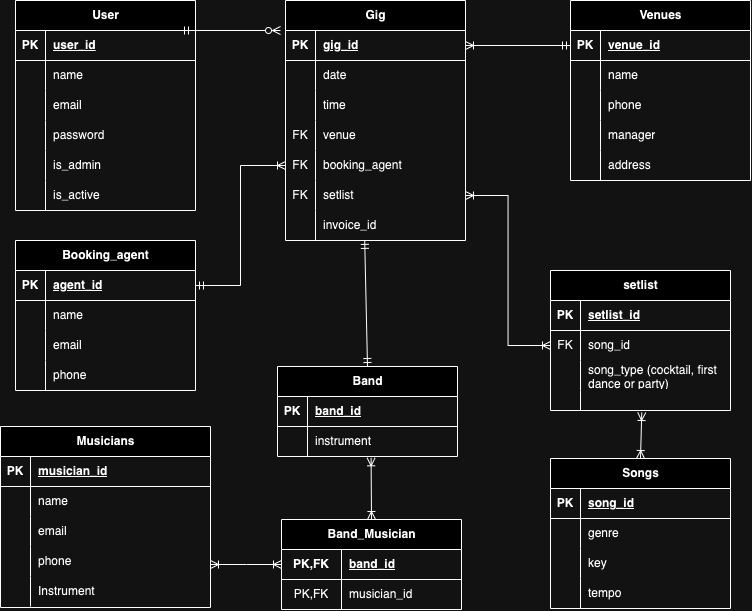
Earlier version of the draw.io export docs/erd.png (reecewdoyle/ReeceDoyle_T2A2). Source tidied: cells renumbered, new cells last; positions are measured from the earlier drawing's top-left corner, leaving out a move shared by most shapes.
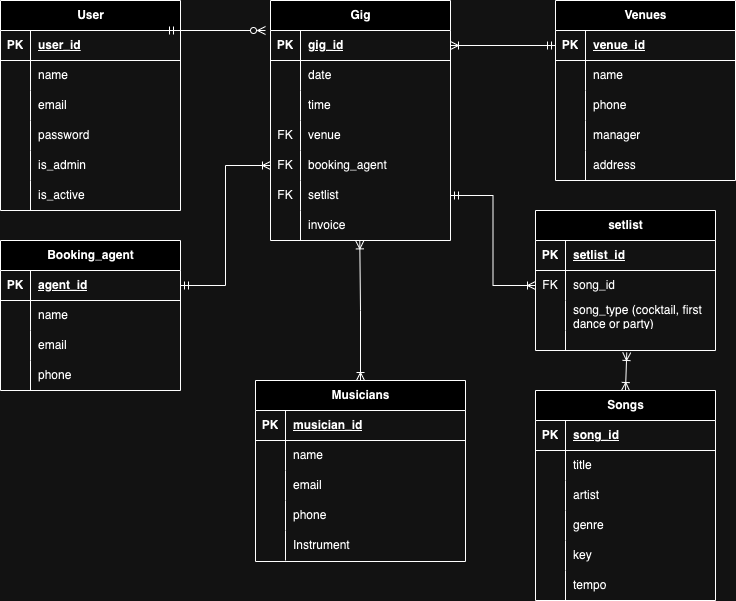
Above is the later version.

What changed in the source:
```diff
@@ -3,7 +3,7 @@
     <mxCell id="0" />
     <mxCell id="1" parent="0" />
     <mxCell id="2" value="Musicians" style="shape=table;startSize=30;rowLines=0;fontStyle=1;align=center;html=1;" parent="1" vertex="1">
-      <mxGeometry y="426" width="210" height="181" as="geometry" />
+      <mxGeometry x="270" y="380" width="210" height="181" as="geometry" />
     </mxCell>
     <mxCell id="3" style="shape=tableRow;horizontal=0;startSize=0;swimlaneHead=0;swimlaneBody=0;fillColor=none;top=0;left=0;right=0;bottom=1;" parent="2" vertex="1">
       <mxGeometry y="30" width="210" height="30" as="geometry" />
@@ -113,7 +113,7 @@
     <mxCell id="38" style="shape=partialRectangle;fillColor=none;top=0;left=0;bottom=0;right=0;overflow=hidden;whiteSpace=wrap;html=1;" parent="37" vertex="1">
       <mxGeometry width="30" height="30" as="geometry" />
     </mxCell>
-    <mxCell id="39" value="invoice_id" style="shape=partialRectangle;fillColor=none;top=0;left=0;bottom=0;right=0;align=left;spacingLeft=6;overflow=hidden;whiteSpace=wrap;html=1;" parent="37" vertex="1">
+    <mxCell id="39" value="invoice" style="shape=partialRectangle;fillColor=none;top=0;left=0;bottom=0;right=0;align=left;spacingLeft=6;overflow=hidden;whiteSpace=wrap;html=1;" parent="37" vertex="1">
       <mxGeometry x="30" width="150" height="30" as="geometry" />
     </mxCell>
     <mxCell id="40" value="Venues" style="shape=table;startSize=30;rowLines=0;fontStyle=1;align=center;html=1;" parent="1" vertex="1">
@@ -165,7 +165,7 @@
       <mxGeometry x="30" width="150" height="30" as="geometry" />
     </mxCell>
     <mxCell id="56" value="setlist" style="shape=table;startSize=30;rowLines=0;fontStyle=1;align=center;html=1;" parent="1" vertex="1">
-      <mxGeometry x="550" y="270" width="180" height="140" as="geometry" />
+      <mxGeometry x="550" y="210" width="180" height="140" as="geometry" />
     </mxCell>
     <mxCell id="57" style="shape=tableRow;horizontal=0;startSize=0;swimlaneHead=0;swimlaneBody=0;fillColor=none;top=0;left=0;right=0;bottom=1;" parent="56" vertex="1">
       <mxGeometry y="30" width="180" height="30" as="geometry" />
@@ -204,7 +204,7 @@
       <mxGeometry x="30" width="150" height="20" as="geometry" />
     </mxCell>
     <mxCell id="69" value="Songs" style="shape=table;startSize=30;rowLines=0;fontStyle=1;align=center;html=1;" parent="1" vertex="1">
-      <mxGeometry x="550" y="458" width="180" height="150" as="geometry" />
+      <mxGeometry x="550" y="390" width="180" height="210" as="geometry" />
     </mxCell>
     <mxCell id="70" style="shape=tableRow;horizontal=0;startSize=0;swimlaneHead=0;swimlaneBody=0;fillColor=none;top=0;left=0;right=0;bottom=1;" parent="69" vertex="1">
       <mxGeometry y="30" width="180" height="30" as="geometry" />
@@ -221,7 +221,7 @@
     <mxCell id="74" style="shape=partialRectangle;fillColor=none;top=0;left=0;bottom=0;right=0;overflow=hidden;whiteSpace=wrap;html=1;" parent="73" vertex="1">
       <mxGeometry width="30" height="30" as="geometry" />
     </mxCell>
-    <mxCell id="75" value="genre" style="shape=partialRectangle;fillColor=none;top=0;left=0;bottom=0;right=0;align=left;spacingLeft=6;overflow=hidden;whiteSpace=wrap;html=1;" parent="73" vertex="1">
+    <mxCell id="75" value="title" style="shape=partialRectangle;fillColor=none;top=0;left=0;bottom=0;right=0;align=left;spacingLeft=6;overflow=hidden;whiteSpace=wrap;html=1;" parent="73" vertex="1">
       <mxGeometry x="30" width="150" height="30" as="geometry" />
     </mxCell>
     <mxCell id="76" style="shape=tableRow;horizontal=0;startSize=0;swimlaneHead=0;swimlaneBody=0;fillColor=none;top=0;left=0;right=0;bottom=0;" parent="69" vertex="1">
@@ -230,7 +230,7 @@
     <mxCell id="77" style="shape=partialRectangle;fillColor=none;top=0;left=0;bottom=0;right=0;overflow=hidden;whiteSpace=wrap;html=1;" parent="76" vertex="1">
       <mxGeometry width="30" height="30" as="geometry" />
     </mxCell>
-    <mxCell id="78" value="key" style="shape=partialRectangle;fillColor=none;top=0;left=0;bottom=0;right=0;align=left;spacingLeft=6;overflow=hidden;whiteSpace=wrap;html=1;" parent="76" vertex="1">
+    <mxCell id="78" value="artist" style="shape=partialRectangle;fillColor=none;top=0;left=0;bottom=0;right=0;align=left;spacingLeft=6;overflow=hidden;whiteSpace=wrap;html=1;" parent="76" vertex="1">
       <mxGeometry x="30" width="150" height="30" as="geometry" />
     </mxCell>
     <mxCell id="79" style="shape=tableRow;horizontal=0;startSize=0;swimlaneHead=0;swimlaneBody=0;fillColor=none;top=0;left=0;right=0;bottom=0;" parent="69" vertex="1">
@@ -239,9 +239,27 @@
     <mxCell id="80" style="shape=partialRectangle;fillColor=none;top=0;left=0;bottom=0;right=0;overflow=hidden;whiteSpace=wrap;html=1;" parent="79" vertex="1">
       <mxGeometry width="30" height="30" as="geometry" />
     </mxCell>
-    <mxCell id="81" value="tempo" style="shape=partialRectangle;fillColor=none;top=0;left=0;bottom=0;right=0;align=left;spacingLeft=6;overflow=hidden;whiteSpace=wrap;html=1;" parent="79" vertex="1">
+    <mxCell id="81" value="genre" style="shape=partialRectangle;fillColor=none;top=0;left=0;bottom=0;right=0;align=left;spacingLeft=6;overflow=hidden;whiteSpace=wrap;html=1;" parent="79" vertex="1">
       <mxGeometry x="30" width="150" height="30" as="geometry" />
     </mxCell>
+    <mxCell id="136" style="shape=tableRow;horizontal=0;startSize=0;swimlaneHead=0;swimlaneBody=0;fillColor=none;top=0;left=0;right=0;bottom=0;" parent="69" vertex="1">
+      <mxGeometry y="150" width="180" height="30" as="geometry" />
+    </mxCell>
+    <mxCell id="137" style="shape=partialRectangle;fillColor=none;top=0;left=0;bottom=0;right=0;overflow=hidden;whiteSpace=wrap;html=1;" parent="136" vertex="1">
+      <mxGeometry width="30" height="30" as="geometry" />
+    </mxCell>
+    <mxCell id="138" value="key" style="shape=partialRectangle;fillColor=none;top=0;left=0;bottom=0;right=0;align=left;spacingLeft=6;overflow=hidden;whiteSpace=wrap;html=1;" parent="136" vertex="1">
+      <mxGeometry x="30" width="150" height="30" as="geometry" />
+    </mxCell>
+    <mxCell id="139" style="shape=tableRow;horizontal=0;startSize=0;swimlaneHead=0;swimlaneBody=0;fillColor=none;top=0;left=0;right=0;bottom=0;" parent="69" vertex="1">
+      <mxGeometry y="180" width="180" height="30" as="geometry" />
+    </mxCell>
+    <mxCell id="140" style="shape=partialRectangle;fillColor=none;top=0;left=0;bottom=0;right=0;overflow=hidden;whiteSpace=wrap;html=1;" parent="139" vertex="1">
+      <mxGeometry width="30" height="30" as="geometry" />
+    </mxCell>
+    <mxCell id="141" value="tempo" style="shape=partialRectangle;fillColor=none;top=0;left=0;bottom=0;right=0;align=left;spacingLeft=6;overflow=hidden;whiteSpace=wrap;html=1;" parent="139" vertex="1">
+      <mxGeometry x="30" width="150" height="30" as="geometry" />
+    </mxCell>
     <mxCell id="82" value="Booking_agent" style="shape=table;startSize=30;rowLines=0;fontStyle=1;align=center;html=1;" parent="1" vertex="1">
       <mxGeometry x="15" y="240" width="180" height="150" as="geometry" />
     </mxCell>
@@ -281,10 +299,8 @@
     <mxCell id="94" value="phone" style="shape=partialRectangle;fillColor=none;top=0;left=0;bottom=0;right=0;align=left;spacingLeft=6;overflow=hidden;whiteSpace=wrap;html=1;" parent="92" vertex="1">
       <mxGeometry x="30" width="150" height="30" as="geometry" />
     </mxCell>
-    <mxCell id="95" style="edgeStyle=orthogonalEdgeStyle;fontSize=12;html=1;endArrow=ERoneToMany;startArrow=ERoneToMany;rounded=0;exitX=0;exitY=0.5;exitDx=0;exitDy=0;" parent="1" edge="1" source="129">
-      <mxGeometry relative="1" as="geometry">
-        <mxPoint x="210" y="564" as="targetPoint" />
-      </mxGeometry>
+    <mxCell id="95" style="edgeStyle=orthogonalEdgeStyle;fontSize=12;html=1;endArrow=ERoneToMany;startArrow=ERoneToMany;rounded=0;exitX=0.5;exitY=0;exitDx=0;exitDy=0;entryX=0.496;entryY=1.013;entryDx=0;entryDy=0;entryPerimeter=0;" parent="1" edge="1" source="2" target="37">
+      <mxGeometry relative="1" as="geometry" />
     </mxCell>
     <mxCell id="96" style="edgeStyle=orthogonalEdgeStyle;fontSize=12;html=1;endArrow=ERoneToMany;startArrow=ERmandOne;rounded=0;exitX=1;exitY=0.5;exitDx=0;exitDy=0;endFill=0;" parent="1" edge="1" source="83" target="31">
       <mxGeometry relative="1" as="geometry" />
@@ -295,33 +311,9 @@
     <mxCell id="98" style="fontSize=12;html=1;endArrow=ERoneToMany;startArrow=ERoneToMany;rounded=0;exitX=0.5;exitY=0;exitDx=0;exitDy=0;entryX=0.507;entryY=1.1;entryDx=0;entryDy=0;startFill=0;endFill=0;entryPerimeter=0;" parent="1" edge="1" source="69" target="66">
       <mxGeometry relative="1" as="geometry" />
     </mxCell>
-    <mxCell id="99" style="fontSize=12;html=1;endArrow=ERoneToMany;endFill=0;rounded=0;entryX=1;entryY=0.5;entryDx=0;entryDy=0;exitX=0;exitY=0.5;exitDx=0;exitDy=0;startArrow=ERoneToMany;startFill=0;edgeStyle=orthogonalEdgeStyle;" parent="1" edge="1" source="60" target="34">
+    <mxCell id="99" style="fontSize=12;html=1;endArrow=ERmandOne;endFill=0;rounded=0;entryX=1;entryY=0.5;entryDx=0;entryDy=0;exitX=0;exitY=0.5;exitDx=0;exitDy=0;startArrow=ERoneToMany;startFill=0;edgeStyle=orthogonalEdgeStyle;" parent="1" edge="1" source="60" target="34">
       <mxGeometry relative="1" as="geometry" />
     </mxCell>
-    <mxCell id="100" value="Band" style="shape=table;startSize=30;rowLines=0;fontStyle=1;align=center;html=1;" parent="1" vertex="1">
-      <mxGeometry x="277" y="366" width="180" height="90" as="geometry" />
-    </mxCell>
-    <mxCell id="101" style="shape=tableRow;horizontal=0;startSize=0;swimlaneHead=0;swimlaneBody=0;fillColor=none;top=0;left=0;right=0;bottom=1;" parent="100" vertex="1">
-      <mxGeometry y="30" width="180" height="30" as="geometry" />
-    </mxCell>
-    <mxCell id="102" value="PK" style="shape=partialRectangle;fillColor=none;top=0;left=0;bottom=0;right=0;fontStyle=1;overflow=hidden;whiteSpace=wrap;html=1;" parent="101" vertex="1">
-      <mxGeometry width="30" height="30" as="geometry" />
-    </mxCell>
-    <mxCell id="103" value="band_id" style="shape=partialRectangle;fillColor=none;top=0;left=0;bottom=0;right=0;align=left;spacingLeft=6;fontStyle=5;overflow=hidden;whiteSpace=wrap;html=1;" parent="101" vertex="1">
-      <mxGeometry x="30" width="150" height="30" as="geometry" />
-    </mxCell>
-    <mxCell id="104" style="shape=tableRow;horizontal=0;startSize=0;swimlaneHead=0;swimlaneBody=0;fillColor=none;points=[[0,0.5],[1,0.5]];portConstraint=eastwest;top=0;left=0;right=0;bottom=0;" parent="100" vertex="1">
-      <mxGeometry y="60" width="180" height="30" as="geometry" />
-    </mxCell>
-    <mxCell id="105" style="shape=partialRectangle;fillColor=none;top=0;left=0;bottom=0;right=0;overflow=hidden;whiteSpace=wrap;html=1;" parent="104" vertex="1">
-      <mxGeometry width="30" height="30" as="geometry" />
-    </mxCell>
-    <mxCell id="106" value="instrument" style="shape=partialRectangle;fillColor=none;top=0;left=0;bottom=0;right=0;align=left;spacingLeft=6;overflow=hidden;whiteSpace=wrap;html=1;" parent="104" vertex="1">
-      <mxGeometry x="30" width="150" height="30" as="geometry" />
-    </mxCell>
-    <mxCell id="107" style="fontSize=12;html=1;endArrow=ERmandOne;startArrow=ERmandOne;rounded=0;exitX=0.44;exitY=0.996;exitDx=0;exitDy=0;endFill=0;entryX=0.5;entryY=0;entryDx=0;entryDy=0;exitPerimeter=0;" parent="1" edge="1" source="37" target="100">
-      <mxGeometry relative="1" as="geometry" />
-    </mxCell>
     <mxCell id="108" value="User" style="shape=table;startSize=30;rowLines=0;fontStyle=1;align=center;html=1;" parent="1" vertex="1">
       <mxGeometry x="15" width="180" height="210" as="geometry" />
     </mxCell>
@@ -385,29 +377,5 @@
         <mxPoint x="180" y="30" as="targetPoint" />
       </mxGeometry>
     </mxCell>
-    <mxCell id="128" value="Band_Musician" style="shape=table;startSize=30;rowLines=0;fontStyle=1;align=center;html=1;" parent="1" vertex="1">
-      <mxGeometry x="281" y="519" width="180" height="90" as="geometry" />
-    </mxCell>
-    <mxCell id="129" style="shape=tableRow;horizontal=0;startSize=0;swimlaneHead=0;swimlaneBody=0;fillColor=none;points=[[0,0.5],[1,0.5]];portConstraint=eastwest;top=0;left=0;right=0;bottom=1;" parent="128" vertex="1">
-      <mxGeometry y="30" width="180" height="30" as="geometry" />
-    </mxCell>
-    <mxCell id="130" value="PK,FK" style="shape=partialRectangle;fillColor=none;top=0;left=0;bottom=0;right=0;fontStyle=1;overflow=hidden;whiteSpace=wrap;html=1;" parent="129" vertex="1">
-      <mxGeometry width="60" height="30" as="geometry" />
-    </mxCell>
-    <mxCell id="131" value="band_id" style="shape=partialRectangle;fillColor=none;top=0;left=0;bottom=0;right=0;align=left;spacingLeft=6;fontStyle=5;overflow=hidden;whiteSpace=wrap;html=1;" parent="129" vertex="1">
-      <mxGeometry x="60" width="120" height="30" as="geometry" />
-    </mxCell>
-    <mxCell id="132" style="shape=tableRow;horizontal=0;startSize=0;swimlaneHead=0;swimlaneBody=0;fillColor=none;top=0;left=0;right=0;bottom=0;" parent="128" vertex="1">
-      <mxGeometry y="60" width="180" height="30" as="geometry" />
-    </mxCell>
-    <mxCell id="133" value="PK,FK" style="shape=partialRectangle;fillColor=none;top=0;left=0;bottom=0;right=0;overflow=hidden;whiteSpace=wrap;html=1;" parent="132" vertex="1">
-      <mxGeometry width="60" height="30" as="geometry" />
-    </mxCell>
-    <mxCell id="134" value="musician_id" style="shape=partialRectangle;fillColor=none;top=0;left=0;bottom=0;right=0;align=left;spacingLeft=6;overflow=hidden;whiteSpace=wrap;html=1;" parent="132" vertex="1">
-      <mxGeometry x="60" width="120" height="30" as="geometry" />
-    </mxCell>
-    <mxCell id="135" style="fontSize=12;html=1;endArrow=ERoneToMany;startArrow=ERoneToMany;rounded=0;exitX=0.52;exitY=1.044;exitDx=0;exitDy=0;entryX=0.5;entryY=0;entryDx=0;entryDy=0;exitPerimeter=0;" parent="1" edge="1" source="104" target="128">
-      <mxGeometry relative="1" as="geometry" />
-    </mxCell>
   </root>
 </mxGraphModel>
```
